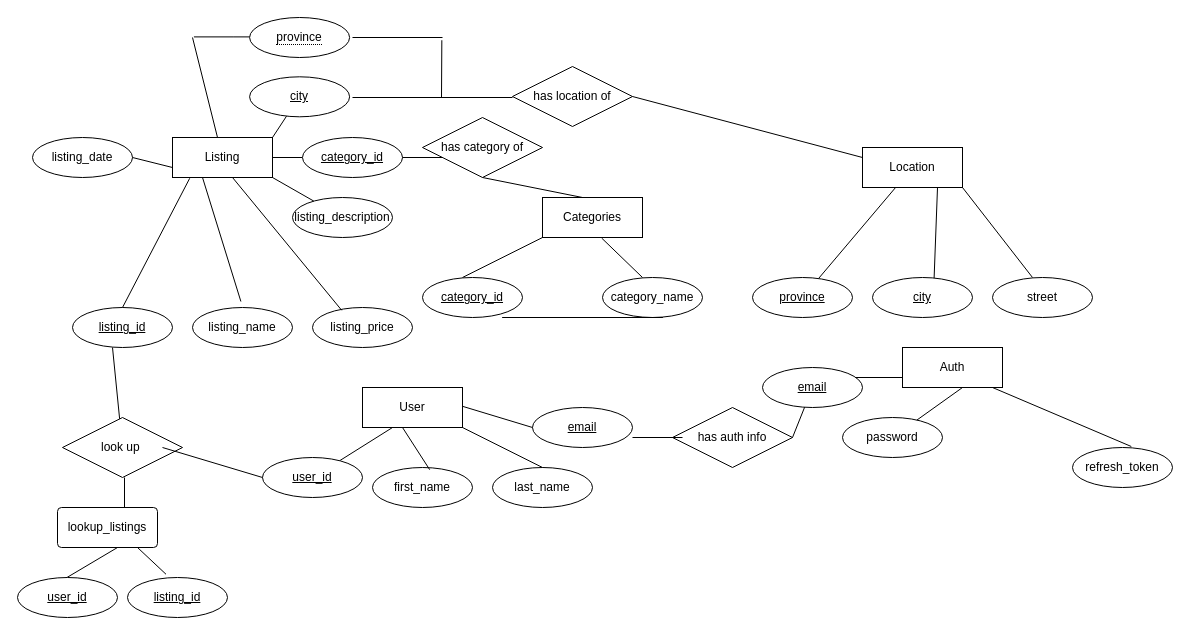
mattfrancis888/bcnfdatabase keeps this draw.io diagram as Untitled Diagram.drawio. Above is the earlier version. Source tidied: cells renumbered, new cells numbered last; positions are measured from the earlier drawing's top-left corner, leaving out a move shared by most shapes. Both pictures are drawn from the tidied source at 100%, with x=0, y=0 at pixel (17, 17).
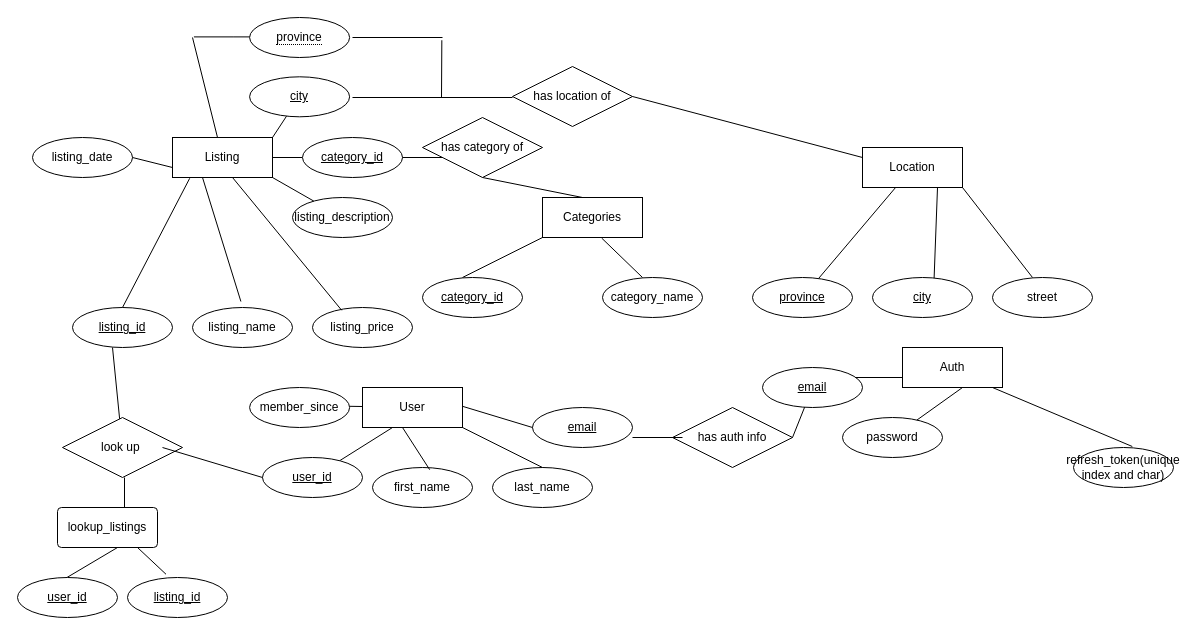
The same page after the edit.

Diff of the diagram source:
```diff
@@
-    <mxCell id="25" value="refresh_token" style="ellipse;whiteSpace=wrap;html=1;align=center;" parent="1" vertex="1">
-      <mxGeometry x="1055" y="430" width="100" height="40" as="geometry" />
+    <mxCell id="25" value="refresh_token(unique index and char)" style="ellipse;whiteSpace=wrap;html=1;align=center;" parent="1" vertex="1">
+      <mxGeometry x="1056" y="430" width="100" height="40" as="geometry" />
     </mxCell>
@@
-    <mxCell id="62" style="endArrow=none;html=1;rounded=0;" parent="1" edge="1">
-      <mxGeometry relative="1" as="geometry">
-        <mxPoint x="485" y="300" as="sourcePoint" />
-        <mxPoint x="645" y="300" as="targetPoint" />
-      </mxGeometry>
-    </mxCell>
-    <mxCell id="63" style="endArrow=none;html=1;rounded=0;" parent="1" edge="1">
-      <mxGeometry relative="1" as="geometry">
-        <mxPoint x="485" y="300" as="sourcePoint" />
-        <mxPoint x="645" y="300" as="targetPoint" />
-      </mxGeometry>
-    </mxCell>
-    <mxCell id="64" style="endArrow=none;html=1;rounded=0;" parent="1" edge="1">
-      <mxGeometry relative="1" as="geometry">
-        <mxPoint x="485" y="300" as="sourcePoint" />
-        <mxPoint x="645" y="300" as="targetPoint" />
-      </mxGeometry>
-    </mxCell>
@@
+    <mxCell id="72" style="endArrow=none;html=1;rounded=0;" parent="1" edge="1">
+      <mxGeometry relative="1" as="geometry">
+        <mxPoint x="332.1" y="388.8" as="sourcePoint" />
+        <mxPoint x="345" y="389" as="targetPoint" />
+      </mxGeometry>
+    </mxCell>
+    <mxCell id="73" value="member_since" style="ellipse;whiteSpace=wrap;html=1;align=center;" parent="1" vertex="1">
+      <mxGeometry x="232.1" y="370" width="100" height="40" as="geometry" />
+    </mxCell>
```
